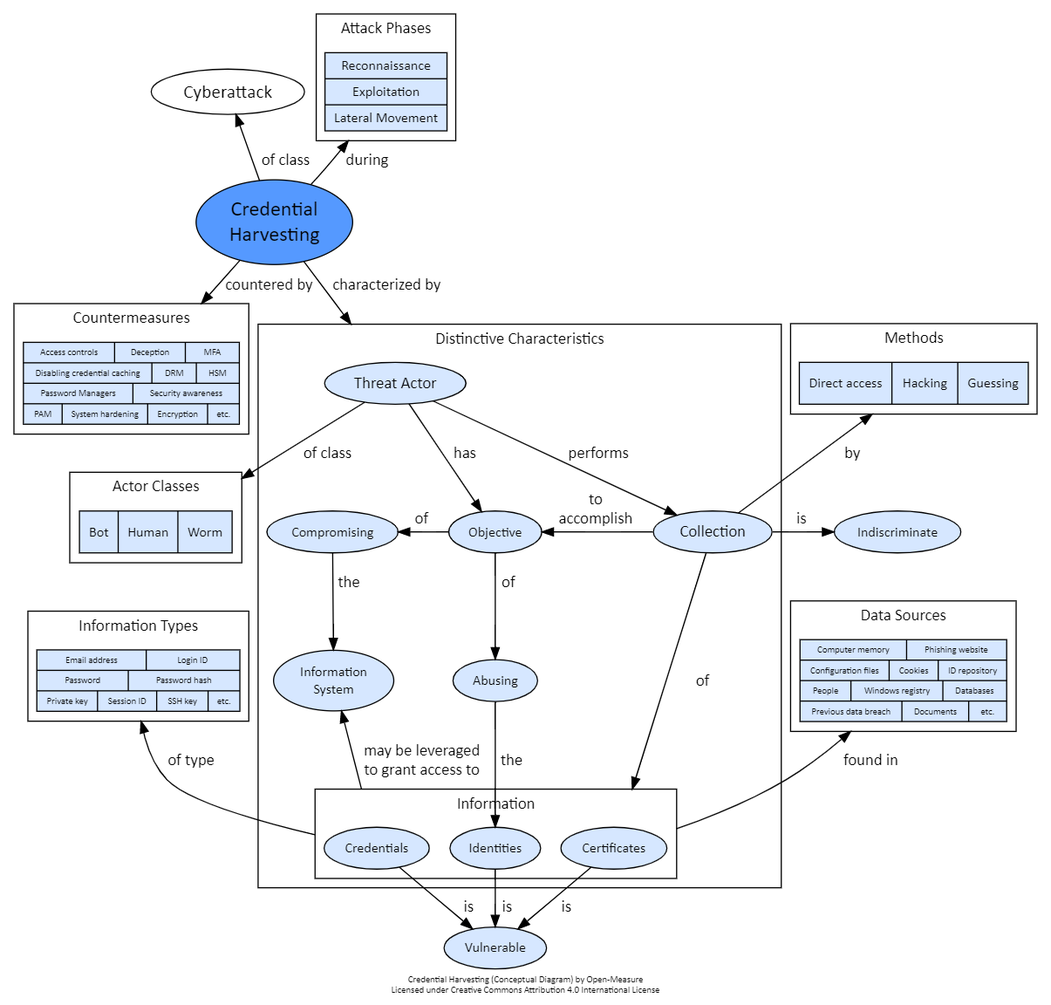
Before: Dictionary/credential-harvesting.png, a diagram exported from Graphviz (Open-Measure/Graphviz-Models). Its source is kept beside it as Dictionary/credential-harvesting.gv.
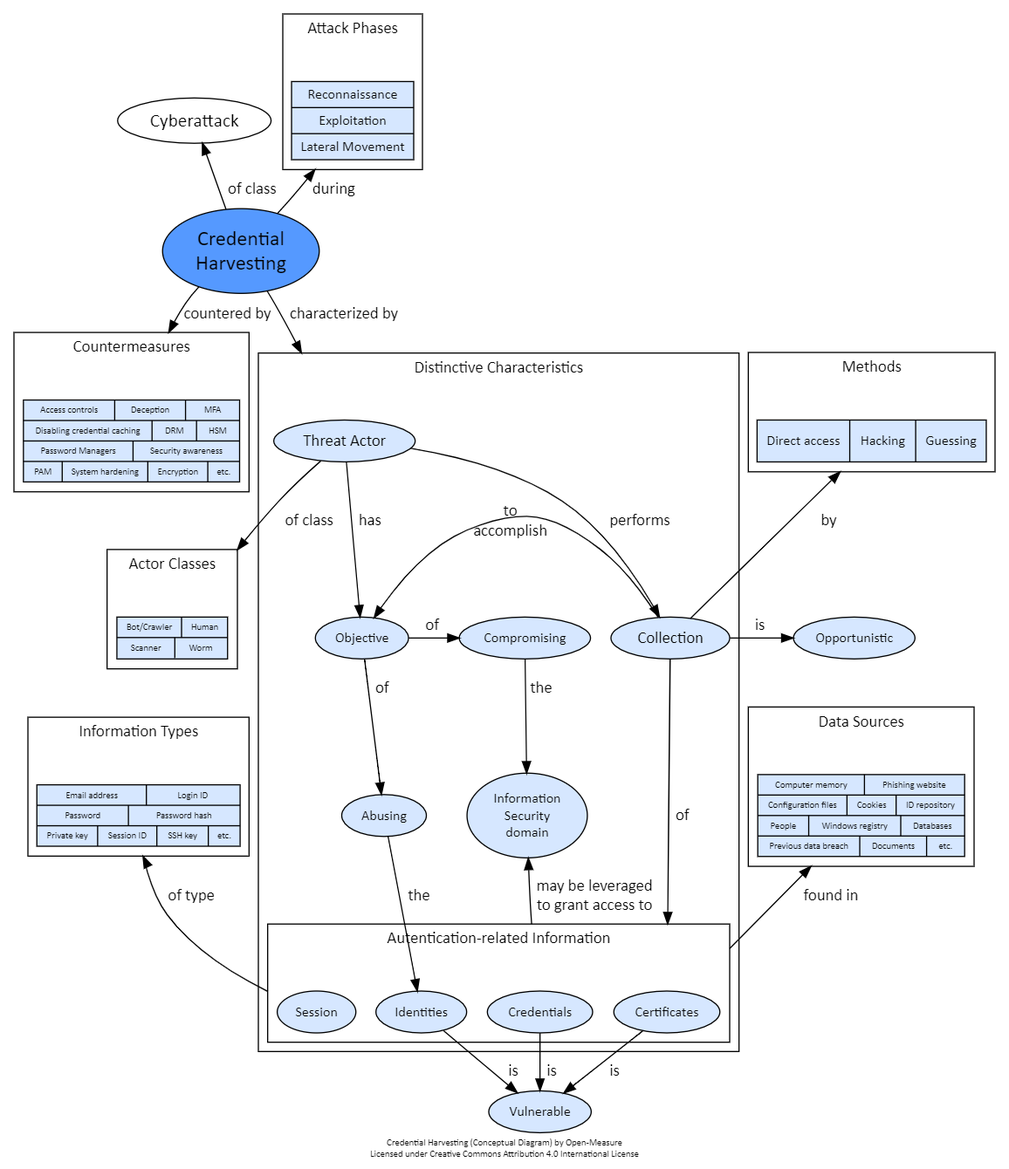
Above is the later version.

Commit message:
credential-harvesting

Change to the diagram source:
```diff
@@ -1,7 +1,7 @@
 digraph G {
 	rankdir="TB";
 	ranksep=0.25;
-	splines="curve";
+	#splines="curve";
 	newrank=true;
 	packmode="clust";
 	compound=true; # If true, allow edges between clusters.
@@ -49,19 +49,20 @@
 		n_objective -> n_compromise [label="  of  "];
 		n_objective -> n_abuse [label="  of  "];
 		n_compromise [label="Compromising"];
-		n_compromise -> n_information_system [label="  the  "];
+		n_compromise -> n_infosec_domain [label="  the  "];
 		n_abuse [label="Abusing"];
 		n_abuse -> n_identities [label="  the  "];
 
-		n_information_system -> n_credentials [lhead="cluster_information", label="  may be leveraged  \n  to grant access to  ", dir="back"];
-		n_information_system [label="Information\nSystem"];
+		n_infosec_domain -> n_credentials [lhead="cluster_information", label="  may be leveraged  \n  to grant access to  ", dir="back"];
+		n_infosec_domain [label="Information\nSecurity\ndomain"];
 
 		subgraph cluster_information {
-			label="Information";
+			label="Autentication-related Information";
 			fontsize="14";
 			n_identities [label="Identities"];
 			n_credentials [label="Credentials"];
 			n_certificates [label="Certificates"];
+			n_session [label="Session"];
 		};
 
 
@@ -77,14 +78,19 @@
 	subgraph cluster_threat_actor_class {
 		label="Actor Classes";
 		fontsize="14";
-		n_actor_classes [shape="record", label="Bot|Human|Worm"];
+		n_actor_classes [fontsize=8, shape="record", label="{{Bot/Crawler|Human}|{Scanner|Worm}}"];
+		#n_actor_classes [fontsize=8, shape="record", label=<<table>
+		#		<tr><td>Bot/Crawler</td><td>Human</td></tr>
+    #    <tr><td>Scanner</td><td>Worm</td></tr>
+    #    </table>>];
 	};
 
 	#n_identities -> n_information_types [ltail="cluster_information", lhead="cluster_information_types", label="  of type  "];
-	n_information_types -> n_credentials [dir="back", lhead="cluster_information", ltail="cluster_information_types", label="of type          "];
+	n_information_types -> n_session [dir="back", lhead="cluster_information", ltail="cluster_information_types", label="of type          "];
 	subgraph cluster_information_types {
 		label="Information Types";
 		fontsize="14";
+		#labelloc="b";
 		n_information_types [fontsize=8, shape="record", label="{{Email address|Login ID}|{Password|Password hash}|{Private key|Session ID|SSH key|etc.}}"];
 	};
 
@@ -103,20 +109,20 @@
 		n_methods [shape="record", label="Direct access|Hacking|Guessing"];
 	};
 
-	n_collection -> n_indiscriminate [label="  is  "];
-	n_indiscriminate [label="Indiscriminate"];
+	n_collection -> n_opportunistic [label="  is  "];
+	n_opportunistic [label="Opportunistic"];
 
 	n_objective -> n_collection [label="  to  \n  accomplish  ", dir="back"];
 
 	# Invisible Links
-	#n_compromise -> n_information_system [style=invis];
-	n_methods -> n_indiscriminate [style=invis];
+	#n_compromise -> n_infosec_domain [style=invis];
+	n_methods -> n_opportunistic [style=invis];
 	#n_credentials -> n_identities -> n_certificates [style=invis];
 	n_actor_classes -> n_information_types [style=invis];
 
 	# Levels
-	{ rank=same; n_credentials; n_identities; n_certificates; }
-	{ rank=same; n_objective; n_compromise; n_collection; n_indiscriminate;}
+	{ rank=same; n_session; n_credentials; n_identities; n_certificates; }
+	{ rank=same; n_objective; n_compromise; n_collection; n_opportunistic;}
 	#{ rank=same; n_attack_phases; n_credential_harvesting; }
 
 	# Snippets
```
